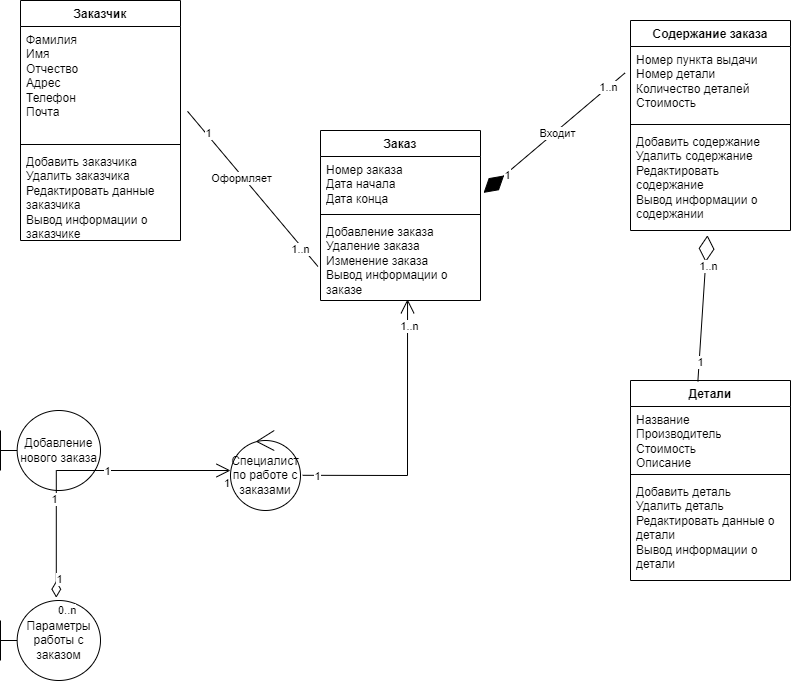
The draw.io diagram классы.png in Involuntar/Test, before a commit. Source tidied: cells renumbered, new cells last; positions are measured from the earlier drawing's top-left corner, leaving out a move shared by most shapes.
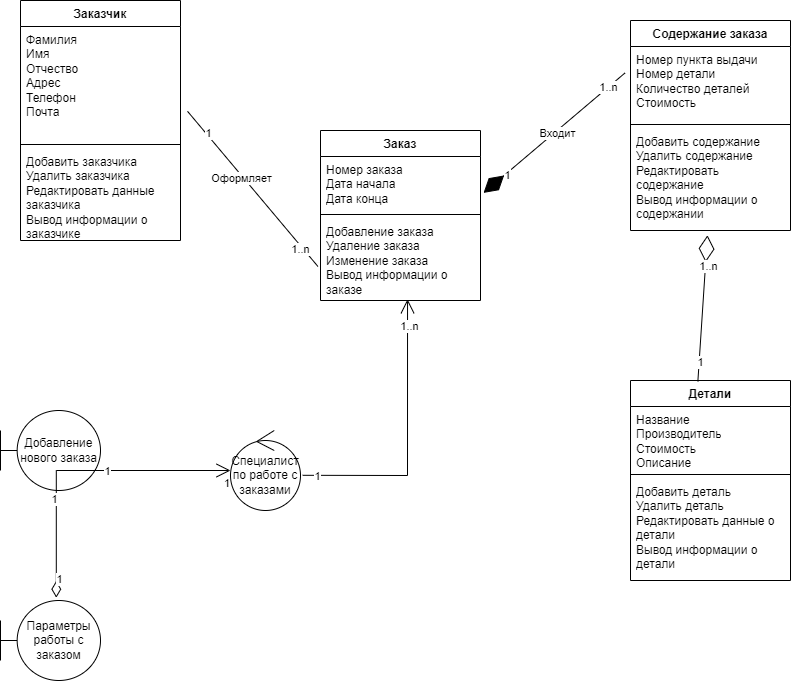
After the commit.

Diff of the diagram source:
```diff
@@ -99,9 +99,6 @@
         </Array>
       </mxGeometry>
     </mxCell>
-    <mxCell id="33" value="0..n" style="edgeLabel;html=1;align=left;verticalAlign=top;" parent="32" vertex="1">
-      <mxGeometry x="-1" relative="1" as="geometry" />
-    </mxCell>
     <mxCell id="34" value="1" style="edgeLabel;html=1;align=right;verticalAlign=top;" parent="32" vertex="1">
       <mxGeometry x="1" relative="1" as="geometry" />
     </mxCell>
```
